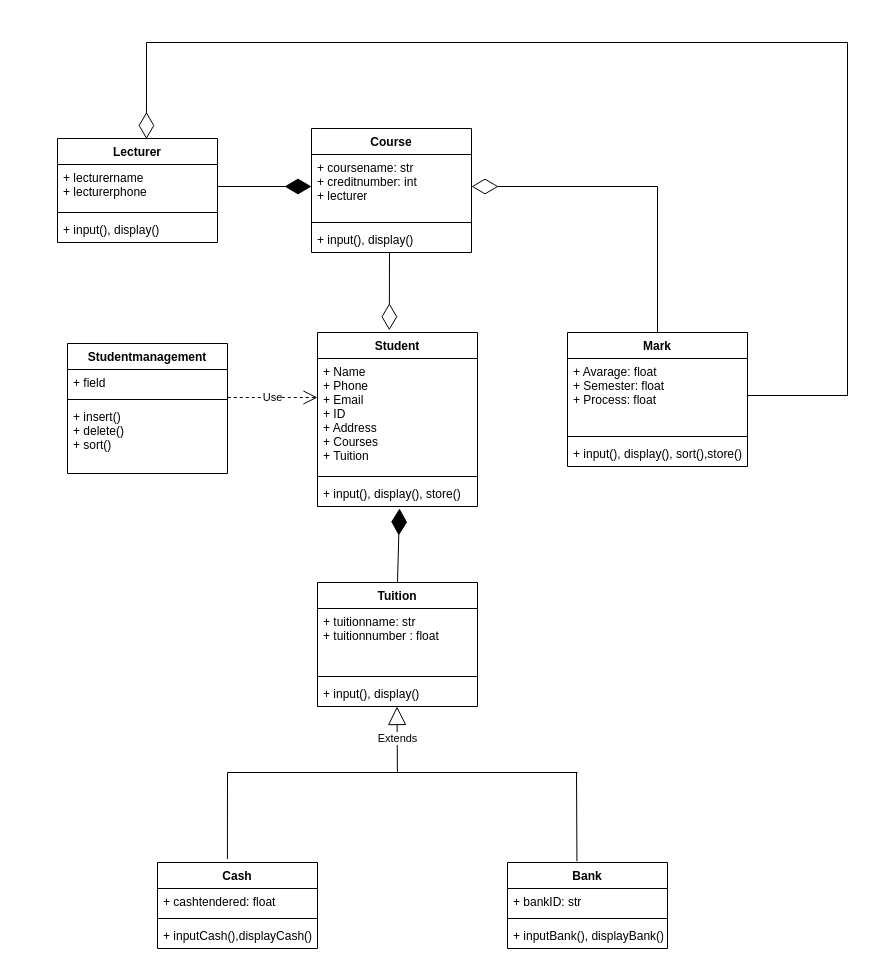
RifleB-1311/Baitap1-nhom2 keeps this draw.io diagram as Untitled Diagram.drawio. Above is the earlier version. Source tidied: cells renumbered, new cells numbered last; positions are measured from the earlier drawing's top-left corner, leaving out a move shared by most shapes. Both pictures are drawn from the tidied source at 100%, with x=0, y=0 at pixel (57, 42).
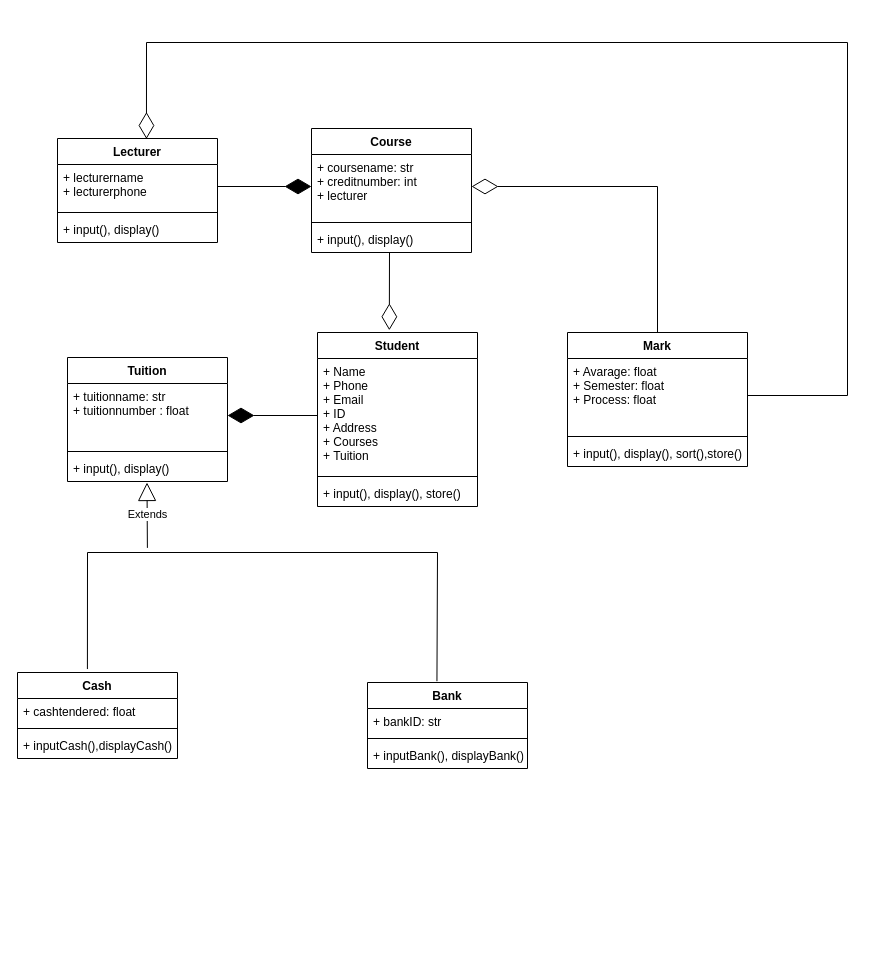
After the change.

Unchanged cells that the change refers to:
```xml
<mxCell id="3" value="+ Name&#10;+ Phone&#10;+ Email&#10;+ ID&#10;+ Address&#10;+ Courses&#10;+ Tuition" style="text;strokeColor=none;fillColor=none;align=left;verticalAlign=top;spacingLeft=4;spacingRight=4;overflow=hidden;points=[[0,0.5],[1,0.5]];portConstraint=eastwest;" parent="2" vertex="1">
  <mxGeometry y="26" width="160" height="114" as="geometry" />
</mxCell>
<mxCell id="5" value="+ input(), display(), store()" style="text;strokeColor=none;fillColor=none;align=left;verticalAlign=top;spacingLeft=4;spacingRight=4;overflow=hidden;points=[[0,0.5],[1,0.5]];portConstraint=eastwest;" parent="2" vertex="1">
  <mxGeometry y="148" width="160" height="26" as="geometry" />
</mxCell>
<mxCell id="15" value="+ tuitionname: str&#10;+ tuitionnumber : float&#10;" style="text;strokeColor=none;fillColor=none;align=left;verticalAlign=top;spacingLeft=4;spacingRight=4;overflow=hidden;points=[[0,0.5],[1,0.5]];portConstraint=eastwest;" parent="14" vertex="1">
  <mxGeometry y="26" width="160" height="64" as="geometry" />
</mxCell>
```

What changed in the source:
```diff
@@
     <mxCell id="14" value="Tuition" style="swimlane;fontStyle=1;align=center;verticalAlign=top;horizontal=1;startSize=26;" parent="1" vertex="1">
-      <mxGeometry x="260" y="540" width="160" height="124" as="geometry" />
+      <mxGeometry x="10" y="315" width="160" height="124" as="geometry" />
     </mxCell>
@@
     <mxCell id="18" value="Cash" style="swimlane;fontStyle=1;align=center;verticalAlign=top;horizontal=1;startSize=26;" parent="1" vertex="1">
-      <mxGeometry x="100" y="820" width="160" height="86" as="geometry" />
+      <mxGeometry x="-40" y="630" width="160" height="86" as="geometry" />
     </mxCell>
@@
     <mxCell id="22" value="Bank" style="swimlane;fontStyle=1;align=center;verticalAlign=top;horizontal=1;startSize=26;" parent="1" vertex="1">
-      <mxGeometry x="450" y="820" width="160" height="86" as="geometry" />
+      <mxGeometry x="310" y="640" width="160" height="86" as="geometry" />
     </mxCell>
@@
-    <mxCell id="26" value="Studentmanagement" style="swimlane;fontStyle=1;align=center;verticalAlign=top;horizontal=1;startSize=26;" parent="1" vertex="1">
-      <mxGeometry x="10" y="301" width="160" height="130" as="geometry" />
-    </mxCell>
-    <mxCell id="27" value="+ field" style="text;strokeColor=none;fillColor=none;align=left;verticalAlign=top;spacingLeft=4;spacingRight=4;overflow=hidden;" parent="26" vertex="1">
-      <mxGeometry y="26" width="160" height="26" as="geometry" />
-    </mxCell>
-    <mxCell id="28" style="line;strokeWidth=1;fillColor=none;align=left;verticalAlign=middle;spacingTop=-1;spacingLeft=3;spacingRight=3;labelPosition=right;points=[];portConstraint=eastwest;" parent="26" vertex="1">
-      <mxGeometry y="52" width="160" height="8" as="geometry" />
-    </mxCell>
-    <mxCell id="29" value="+ insert()&#10;+ delete()&#10;+ sort()" style="text;strokeColor=none;fillColor=none;align=left;verticalAlign=top;spacingLeft=4;spacingRight=4;overflow=hidden;" parent="26" vertex="1">
-      <mxGeometry y="60" width="160" height="70" as="geometry" />
-    </mxCell>
@@
-    <mxCell id="34" value="Use" style="endArrow=open;endSize=12;dashed=1;html=1;rounded=0;exitX=1.002;exitY=0.25;exitDx=0;exitDy=0;exitPerimeter=0;" parent="1" edge="1" source="28">
-      <mxGeometry relative="1" as="geometry">
-        <mxPoint x="260" y="355" as="targetPoint" />
-      </mxGeometry>
-    </mxCell>
@@
     <mxCell id="38" value="Extends" style="endArrow=block;endSize=16;endFill=0;html=1;rounded=0;entryX=0.483;entryY=1.101;entryDx=0;entryDy=0;entryPerimeter=0;" parent="1" edge="1">
       <mxGeometry relative="1" as="geometry">
-        <mxPoint x="339.9" y="729.4" as="sourcePoint" />
-        <mxPoint x="339.5" y="664" as="targetPoint" />
+        <mxPoint x="89.9" y="505.4" as="sourcePoint" />
+        <mxPoint x="89.5" y="440" as="targetPoint" />
       </mxGeometry>
     </mxCell>
     <mxCell id="39" style="endArrow=none;html=1;rounded=0;" parent="1" edge="1">
       <mxGeometry relative="1" as="geometry">
-        <mxPoint x="170" y="730" as="sourcePoint" />
-        <mxPoint x="520" y="730" as="targetPoint" />
+        <mxPoint x="30" y="510" as="sourcePoint" />
+        <mxPoint x="380" y="510" as="targetPoint" />
       </mxGeometry>
     </mxCell>
     <mxCell id="40" style="endArrow=none;html=1;rounded=0;exitX=0.437;exitY=-0.04;exitDx=0;exitDy=0;exitPerimeter=0;" parent="1" edge="1" source="18">
       <mxGeometry relative="1" as="geometry">
-        <mxPoint x="170" y="730" as="targetPoint" />
+        <mxPoint x="30" y="510" as="targetPoint" />
       </mxGeometry>
     </mxCell>
     <mxCell id="41" style="endArrow=none;html=1;rounded=0;exitX=0.434;exitY=-0.015;exitDx=0;exitDy=0;exitPerimeter=0;" parent="1" edge="1" source="22">
       <mxGeometry relative="1" as="geometry">
-        <mxPoint x="519" y="730" as="targetPoint" />
+        <mxPoint x="380" y="510" as="targetPoint" />
       </mxGeometry>
     </mxCell>
@@
-    <mxCell id="43" style="endArrow=diamondThin;endFill=1;endSize=24;html=1;rounded=0;exitX=0.5;exitY=0;exitDx=0;exitDy=0;entryX=0.515;entryY=1.09;entryDx=0;entryDy=0;entryPerimeter=0;" parent="1" edge="1" source="14" target="5">
-      <mxGeometry relative="1" as="geometry">
-        <Array as="points">
-          <mxPoint x="342" y="466" />
-        </Array>
-      </mxGeometry>
-    </mxCell>
+    <mxCell id="44" style="endArrow=diamondThin;endFill=1;endSize=24;html=1;rounded=0;entryX=1;entryY=0.5;entryDx=0;entryDy=0;exitX=0;exitY=0.5;exitDx=0;exitDy=0;" parent="1" edge="1" source="3" target="15">
+      <mxGeometry relative="1" as="geometry" />
+    </mxCell>
```
